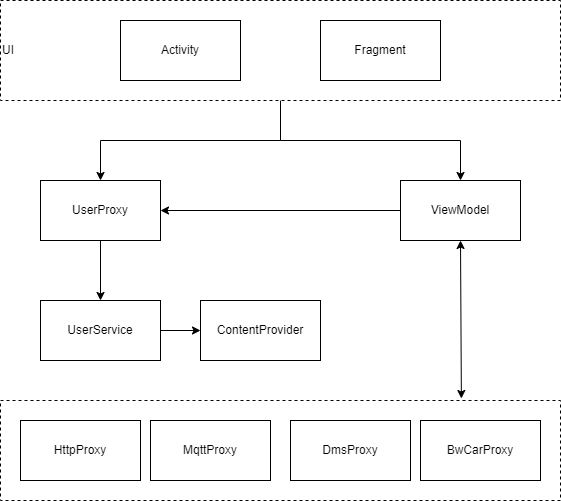
Above: x9hp/用户管理应用架构图.png in notigit/Image (draw.io), before the change. Source tidied: cells renumbered, new cells last; positions are measured from the earlier drawing's top-left corner, leaving out a move shared by most shapes. Its diagram source:
```xml
<mxGraphModel>
  <root>
    <mxCell id="0" />
    <mxCell id="1" parent="0" />
    <mxCell id="2" style="rounded=0;whiteSpace=wrap;html=1;dashed=1;strokeWidth=1;" parent="1" vertex="1">
      <mxGeometry y="400" width="560" height="100" as="geometry" />
    </mxCell>
    <mxCell id="3" style="edgeStyle=orthogonalEdgeStyle;rounded=0;jettySize=auto;html=1;" parent="1" edge="1" source="5" target="9">
      <mxGeometry relative="1" as="geometry" />
    </mxCell>
    <mxCell id="4" style="edgeStyle=orthogonalEdgeStyle;rounded=0;jettySize=auto;html=1;exitX=0.5;exitY=1;exitDx=0;exitDy=0;entryX=0.5;entryY=0;entryDx=0;entryDy=0;" parent="1" edge="1" source="5" target="11">
      <mxGeometry relative="1" as="geometry" />
    </mxCell>
    <mxCell id="5" value="UI" style="rounded=0;whiteSpace=wrap;html=1;dashed=1;align=left;strokeWidth=1;spacing=2;" parent="1" vertex="1">
      <mxGeometry width="560" height="100" as="geometry" />
    </mxCell>
    <mxCell id="6" value="Activity" style="rounded=0;whiteSpace=wrap;html=1;" parent="1" vertex="1">
      <mxGeometry x="120" y="20" width="120" height="60" as="geometry" />
    </mxCell>
    <mxCell id="7" value="Fragment" style="rounded=0;whiteSpace=wrap;html=1;" parent="1" vertex="1">
      <mxGeometry x="320" y="20" width="120" height="60" as="geometry" />
    </mxCell>
    <mxCell id="8" style="edgeStyle=orthogonalEdgeStyle;rounded=0;jettySize=auto;html=1;exitX=0.5;exitY=1;exitDx=0;exitDy=0;entryX=0.5;entryY=0;entryDx=0;entryDy=0;" parent="1" edge="1" source="9" target="13">
      <mxGeometry relative="1" as="geometry" />
    </mxCell>
    <mxCell id="9" value="UserProxy" style="rounded=0;whiteSpace=wrap;html=1;" parent="1" vertex="1">
      <mxGeometry x="40" y="180" width="120" height="60" as="geometry" />
    </mxCell>
    <mxCell id="10" style="edgeStyle=orthogonalEdgeStyle;rounded=0;jettySize=auto;html=1;entryX=1;entryY=0.5;entryDx=0;entryDy=0;" parent="1" edge="1" source="11" target="9">
      <mxGeometry relative="1" as="geometry" />
    </mxCell>
    <mxCell id="11" value="ViewModel" style="rounded=0;whiteSpace=wrap;html=1;" parent="1" vertex="1">
      <mxGeometry x="400" y="180" width="120" height="60" as="geometry" />
    </mxCell>
    <mxCell id="12" style="edgeStyle=orthogonalEdgeStyle;rounded=0;jettySize=auto;html=1;exitX=1;exitY=0.5;exitDx=0;exitDy=0;entryX=0;entryY=0.5;entryDx=0;entryDy=0;" parent="1" edge="1" source="13" target="14">
      <mxGeometry relative="1" as="geometry" />
    </mxCell>
    <mxCell id="13" value="UserService" style="rounded=0;whiteSpace=wrap;html=1;" parent="1" vertex="1">
      <mxGeometry x="40" y="300" width="120" height="60" as="geometry" />
    </mxCell>
    <mxCell id="14" value="ContentProvider" style="rounded=0;whiteSpace=wrap;html=1;" parent="1" vertex="1">
      <mxGeometry x="200" y="300" width="120" height="60" as="geometry" />
    </mxCell>
    <mxCell id="15" value="HttpProxy" style="rounded=0;whiteSpace=wrap;html=1;" parent="1" vertex="1">
      <mxGeometry x="20" y="420" width="120" height="60" as="geometry" />
    </mxCell>
    <mxCell id="16" value="MqttProxy" style="rounded=0;whiteSpace=wrap;html=1;" parent="1" vertex="1">
      <mxGeometry x="150" y="420" width="120" height="60" as="geometry" />
    </mxCell>
    <mxCell id="17" value="DmsProxy" style="rounded=0;whiteSpace=wrap;html=1;" parent="1" vertex="1">
      <mxGeometry x="290" y="420" width="120" height="60" as="geometry" />
    </mxCell>
    <mxCell id="18" value="BwCarProxy" style="rounded=0;whiteSpace=wrap;html=1;" parent="1" vertex="1">
      <mxGeometry x="420" y="420" width="120" height="60" as="geometry" />
    </mxCell>
    <mxCell id="19" style="endArrow=classic;startArrow=classic;html=1;rounded=0;entryX=0.5;entryY=1;entryDx=0;entryDy=0;exitX=0.823;exitY=-0.02;exitDx=0;exitDy=0;exitPerimeter=0;" parent="1" edge="1" source="2" target="11">
      <mxGeometry relative="1" as="geometry" />
    </mxCell>
  </root>
</mxGraphModel>
```
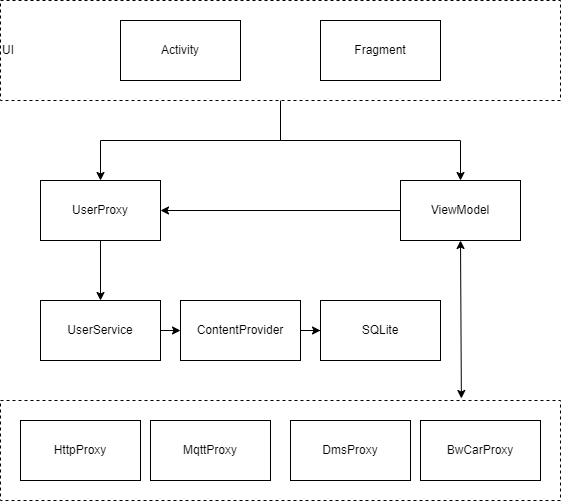
Later version of the same file.

Commit message:
更新用户管理应用架构图.png

The edit, as a diff of the source:
```diff
@@ -38,8 +38,11 @@
     <mxCell id="13" value="UserService" style="rounded=0;whiteSpace=wrap;html=1;" parent="1" vertex="1">
       <mxGeometry x="40" y="300" width="120" height="60" as="geometry" />
     </mxCell>
+    <mxCell id="20" style="edgeStyle=orthogonalEdgeStyle;rounded=0;jettySize=auto;html=1;entryX=0;entryY=0.5;entryDx=0;entryDy=0;" parent="1" edge="1" source="14" target="21">
+      <mxGeometry relative="1" as="geometry" />
+    </mxCell>
     <mxCell id="14" value="ContentProvider" style="rounded=0;whiteSpace=wrap;html=1;" parent="1" vertex="1">
-      <mxGeometry x="200" y="300" width="120" height="60" as="geometry" />
+      <mxGeometry x="180" y="300" width="120" height="60" as="geometry" />
     </mxCell>
     <mxCell id="15" value="HttpProxy" style="rounded=0;whiteSpace=wrap;html=1;" parent="1" vertex="1">
       <mxGeometry x="20" y="420" width="120" height="60" as="geometry" />
@@ -56,5 +59,8 @@
     <mxCell id="19" style="endArrow=classic;startArrow=classic;html=1;rounded=0;entryX=0.5;entryY=1;entryDx=0;entryDy=0;exitX=0.823;exitY=-0.02;exitDx=0;exitDy=0;exitPerimeter=0;" parent="1" edge="1" source="2" target="11">
       <mxGeometry relative="1" as="geometry" />
     </mxCell>
+    <mxCell id="21" value="SQLite" style="rounded=0;whiteSpace=wrap;html=1;" parent="1" vertex="1">
+      <mxGeometry x="320" y="300" width="120" height="60" as="geometry" />
+    </mxCell>
   </root>
 </mxGraphModel>
```
